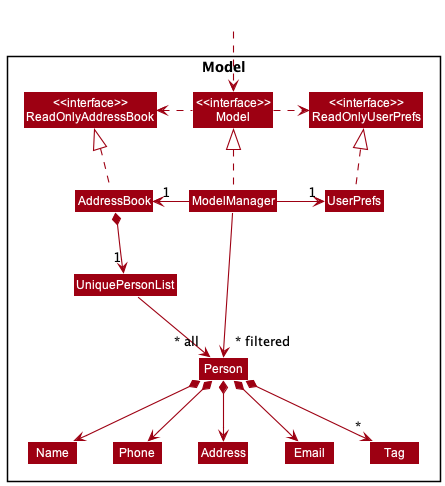
nus-cs2103-AY2223S1/tp keeps this PlantUML diagram as docs/images/ModelClassDiagram.png. Above is the earlier version.
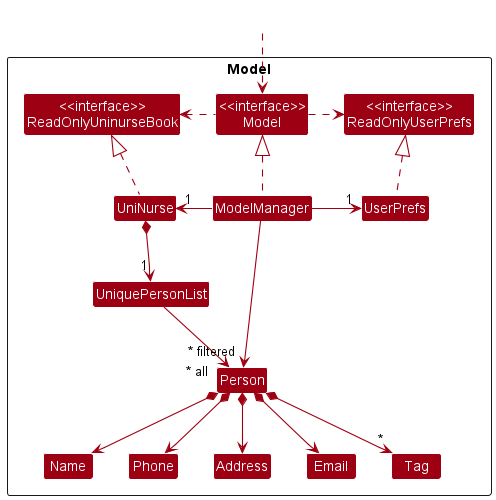
The same file after the commit.

Diff of the diagram source:
```diff
@@ -5,10 +5,10 @@
 skinparam classBackgroundColor MODEL_COLOR
 
 Package Model <<Rectangle>>{
-Class "<<interface>>\nReadOnlyAddressBook" as ReadOnlyAddressBook
+Class "<<interface>>\nReadOnlyUninurseBook" as ReadOnlyUninurseBook
 Class "<<interface>>\nReadOnlyUserPrefs" as ReadOnlyUserPrefs
 Class "<<interface>>\nModel" as Model
-Class AddressBook
+Class UniNurse
 Class ModelManager
 Class UserPrefs
 
@@ -25,16 +25,16 @@
 Class HiddenOutside #FFFFFF
 HiddenOutside ..> Model
 
-AddressBook .up.|> ReadOnlyAddressBook
+UniNurse .up.|> ReadOnlyUninurseBook
 
 ModelManager .up.|> Model
 Model .right.> ReadOnlyUserPrefs
-Model .left.> ReadOnlyAddressBook
-ModelManager -left-> "1" AddressBook
+Model .left.> ReadOnlyUninurseBook
+ModelManager -left-> "1" UniNurse
 ModelManager -right-> "1" UserPrefs
 UserPrefs .up.|> ReadOnlyUserPrefs
 
-AddressBook *--> "1" UniquePersonList
+UniNurse *--> "1" UniquePersonList
 UniquePersonList --> "~* all" Person
 Person *--> Name
 Person *--> Phone
```
